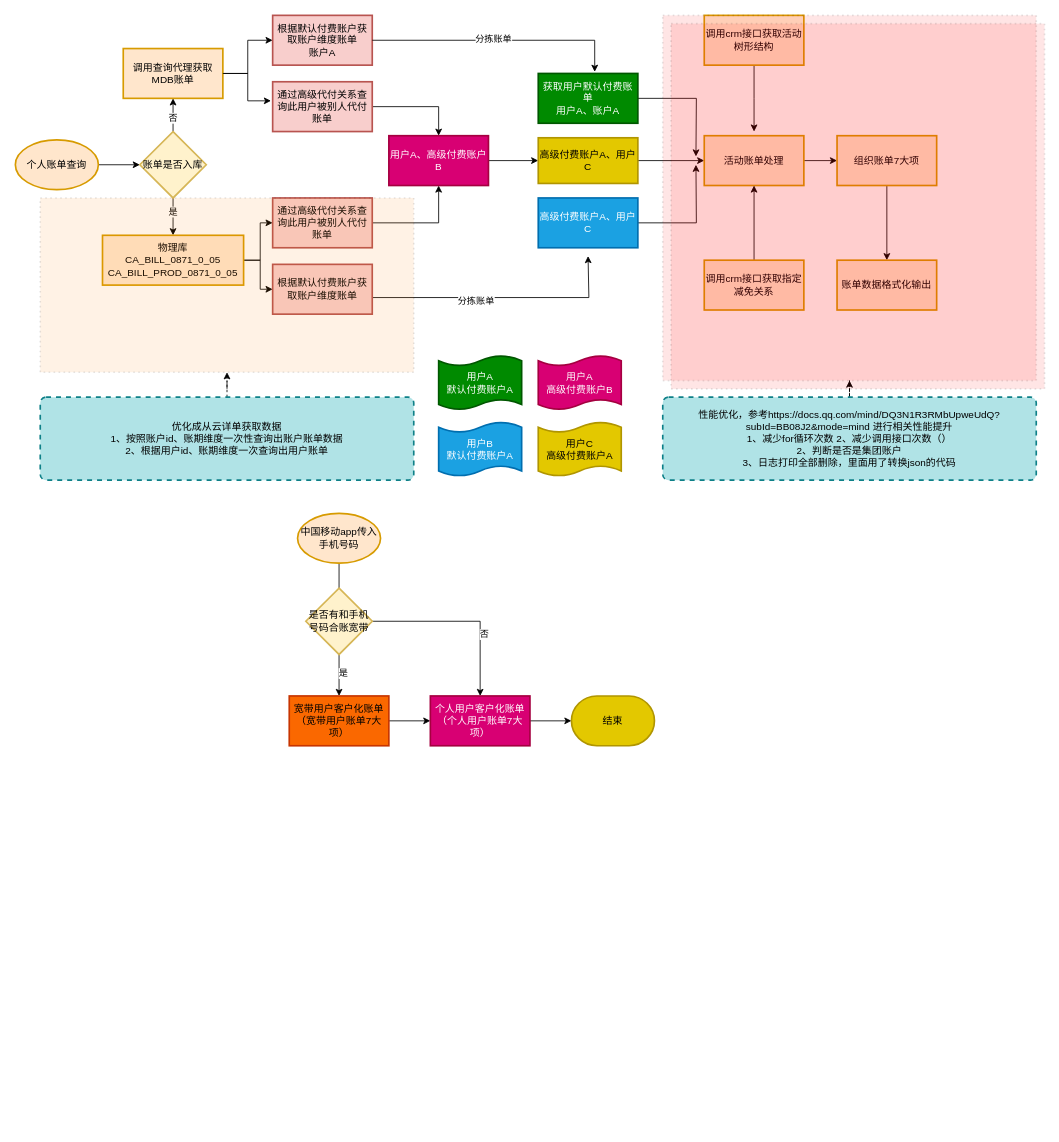
Before: 未命名绘图.drawio in 315944211/doc, a draw.io diagram. Source tidied: cells renumbered, new cells numbered last; positions are measured from the earlier drawing's top-left corner, leaving out a move shared by most shapes. Both pictures are drawn from the tidied source at 83%, with x=0, y=0 at pixel (15, 15).
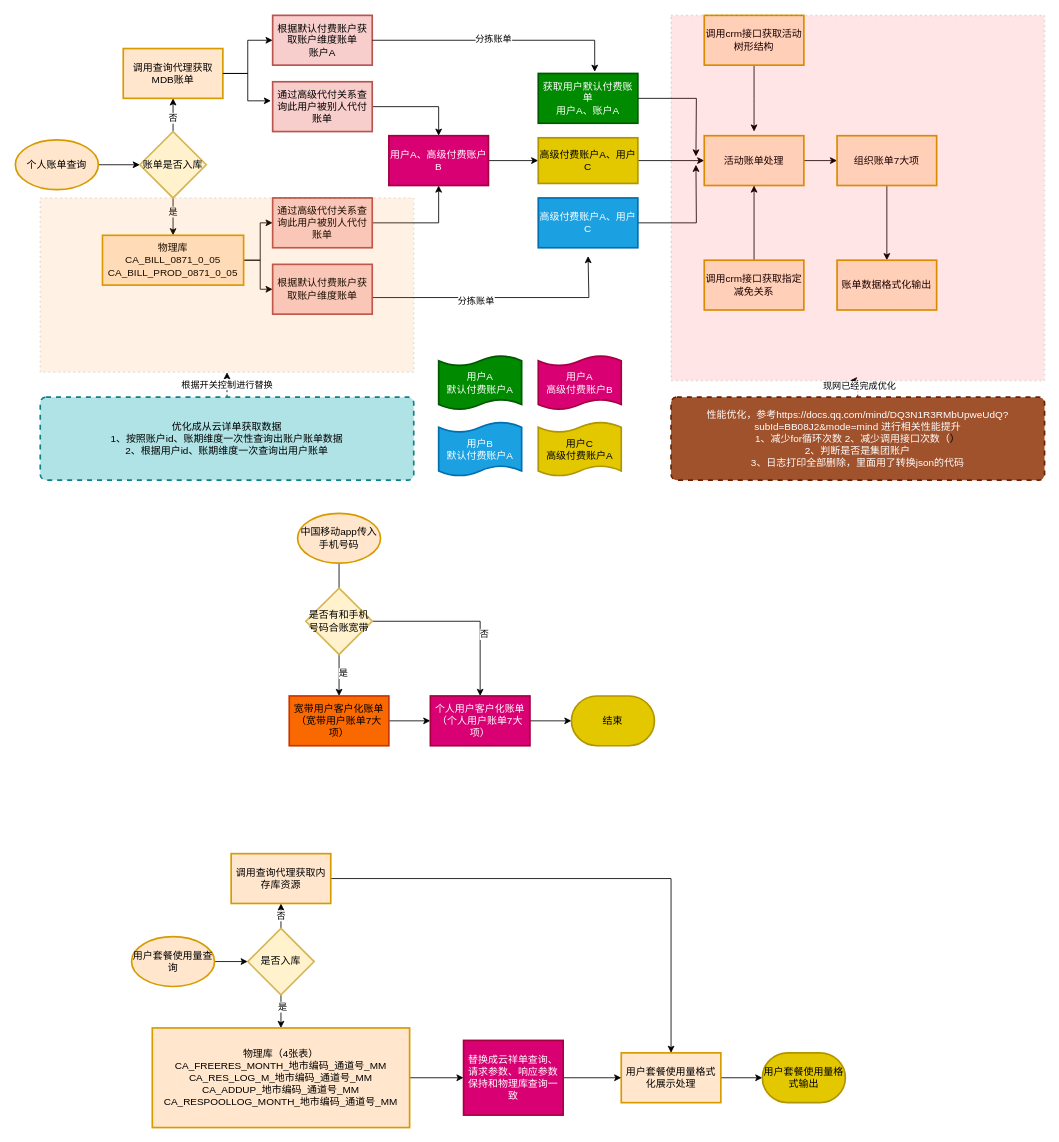
The same page after the edit.

Commit message:
更新未命名绘图.drawio

The change refers to these unchanged cells:
```xml
<mxCell id="46" style="rounded=0;whiteSpace=wrap;html=1;absoluteArcSize=1;arcSize=14;strokeWidth=2;dashed=1;opacity=10;fillColor=#FF8000;strokeColor=default;dashPattern=1 2;" parent="1" vertex="1">
  <mxGeometry x="30" y="220" width="450" height="210" as="geometry" />
</mxCell>
<mxCell id="48" value="优化成从云详单获取数据&lt;br&gt;1、按照账户id、账期维度一次性查询出账户账单数据&lt;br&gt;2、根据用户id、账期维度一次查询出用户账单" style="rounded=1;whiteSpace=wrap;html=1;absoluteArcSize=1;arcSize=14;strokeWidth=2;fillColor=#b0e3e6;strokeColor=#0e8088;dashed=1;" parent="1" vertex="1">
  <mxGeometry x="30" y="460" width="450" height="100" as="geometry" />
</mxCell>
```

Diff of the diagram source:
```diff
@@
-    <mxCell id="47" style="edgeStyle=orthogonalEdgeStyle;rounded=0;jettySize=auto;html=1;dashed=1;" parent="1" edge="1" source="48" target="46">
-      <mxGeometry relative="1" as="geometry" />
+    <mxCell id="47" value="根据开关控制进行替换" style="edgeStyle=orthogonalEdgeStyle;rounded=0;jettySize=auto;html=1;dashed=1;" parent="1" edge="1" source="48" target="46">
+      <mxGeometry relative="1" as="geometry">
+        <Array as="points">
+          <mxPoint x="255" y="440" />
+          <mxPoint x="255" y="440" />
+        </Array>
+      </mxGeometry>
     </mxCell>
@@
-    <mxCell id="49" style="rounded=0;whiteSpace=wrap;html=1;absoluteArcSize=1;arcSize=14;strokeWidth=2;dashed=1;opacity=10;fillColor=#FF0000;strokeColor=default;dashPattern=1 2;" parent="1" vertex="1">
-      <mxGeometry x="780" width="450" height="440" as="geometry" />
-    </mxCell>
-    <mxCell id="50" style="edgeStyle=orthogonalEdgeStyle;rounded=0;jettySize=auto;html=1;dashed=1;" parent="1" edge="1" source="51" target="49">
-      <mxGeometry relative="1" as="geometry" />
+    <mxCell id="50" style="edgeStyle=orthogonalEdgeStyle;rounded=0;jettySize=auto;html=1;dashed=1;" parent="1" edge="1" source="51">
+      <mxGeometry relative="1" as="geometry">
+        <mxPoint x="1005" y="440" as="targetPoint" />
+      </mxGeometry>
     </mxCell>
+    <mxCell id="64" value="现网已经完成优化" style="edgeLabel;html=1;align=center;verticalAlign=middle;" parent="50" vertex="1">
+      <mxGeometry x="-0.06" y="-1" relative="1" as="geometry" />
+    </mxCell>
-    <mxCell id="51" value="性能优化，参考https://docs.qq.com/mind/DQ3N1R3RMbUpweUdQ?subId=BB08J2&amp;amp;mode=mind 进行相关性能提升&lt;br&gt;1、减少for循环次数 2、减少调用接口次数（&lt;span style=&quot;background-color: transparent; color: light-dark(rgb(0, 0, 0), rgb(255, 255, 255));&quot;&gt;）&lt;/span&gt;&lt;br&gt;2、判断是否是集团账户&lt;br&gt;3、日志打印全部删除，里面用了转换json的代码" style="rounded=1;whiteSpace=wrap;html=1;absoluteArcSize=1;arcSize=14;strokeWidth=2;fillColor=#b0e3e6;strokeColor=#0e8088;dashed=1;" parent="1" vertex="1">
-      <mxGeometry x="780" y="460" width="450" height="100" as="geometry" />
+    <mxCell id="51" value="性能优化，参考https://docs.qq.com/mind/DQ3N1R3RMbUpweUdQ?subId=BB08J2&amp;amp;mode=mind 进行相关性能提升&lt;br&gt;1、减少for循环次数 2、减少调用接口次数（&lt;span style=&quot;background-color: transparent; color: light-dark(rgb(0, 0, 0), rgb(255, 255, 255));&quot;&gt;）&lt;/span&gt;&lt;br&gt;2、判断是否是集团账户&lt;br&gt;3、日志打印全部删除，里面用了转换json的代码" style="rounded=1;whiteSpace=wrap;html=1;absoluteArcSize=1;arcSize=14;strokeWidth=2;fillColor=#a0522d;strokeColor=#6D1F00;dashed=1;fontColor=#ffffff;" parent="1" vertex="1">
+      <mxGeometry x="790" y="460" width="450" height="100" as="geometry" />
     </mxCell>
@@
     <mxCell id="58" style="rounded=0;whiteSpace=wrap;html=1;absoluteArcSize=1;arcSize=14;strokeWidth=2;dashed=1;opacity=10;fillColor=#FF0000;strokeColor=default;dashPattern=1 2;" parent="1" vertex="1">
-      <mxGeometry x="790" y="10" width="450" height="440" as="geometry" />
+      <mxGeometry x="790" width="450" height="440" as="geometry" />
     </mxCell>
@@
+    <mxCell id="65" style="edgeStyle=orthogonalEdgeStyle;rounded=0;jettySize=auto;html=1;" parent="1" edge="1" source="66" target="70">
+      <mxGeometry relative="1" as="geometry" />
+    </mxCell>
+    <mxCell id="66" value="用户套餐使用量查询" style="strokeWidth=2;html=1;shape=mxgraph.flowchart.start_1;whiteSpace=wrap;fillColor=#ffe6cc;strokeColor=#d79b00;" parent="1" vertex="1">
+      <mxGeometry x="140" y="1110" width="100" height="60" as="geometry" />
+    </mxCell>
+    <mxCell id="67" value="否" style="edgeStyle=orthogonalEdgeStyle;rounded=0;jettySize=auto;html=1;" parent="1" edge="1" source="70" target="72">
+      <mxGeometry relative="1" as="geometry">
+        <Array as="points">
+          <mxPoint x="320" y="1090" />
+          <mxPoint x="320" y="1090" />
+        </Array>
+      </mxGeometry>
+    </mxCell>
+    <mxCell id="68" style="edgeStyle=orthogonalEdgeStyle;rounded=0;jettySize=auto;html=1;" parent="1" edge="1" source="70" target="74">
+      <mxGeometry relative="1" as="geometry" />
+    </mxCell>
+    <mxCell id="69" value="是" style="edgeLabel;html=1;align=center;verticalAlign=middle;" parent="68" vertex="1">
+      <mxGeometry x="-0.3" y="1" relative="1" as="geometry" />
+    </mxCell>
+    <mxCell id="70" value="是否入库" style="rhombus;whiteSpace=wrap;html=1;strokeWidth=2;fillColor=#fff2cc;strokeColor=#d6b656;" parent="1" vertex="1">
+      <mxGeometry x="280" y="1100" width="80" height="80" as="geometry" />
+    </mxCell>
+    <mxCell id="71" style="edgeStyle=orthogonalEdgeStyle;rounded=0;jettySize=auto;html=1;" parent="1" edge="1" source="72" target="76">
+      <mxGeometry relative="1" as="geometry" />
+    </mxCell>
+    <mxCell id="72" value="调用查询代理获取内存库资源" style="whiteSpace=wrap;html=1;strokeWidth=2;fillColor=#ffe6cc;strokeColor=#d79b00;" parent="1" vertex="1">
+      <mxGeometry x="260" y="1010" width="120" height="60" as="geometry" />
+    </mxCell>
+    <mxCell id="73" style="edgeStyle=orthogonalEdgeStyle;rounded=0;jettySize=auto;html=1;" parent="1" edge="1" source="74" target="78">
+      <mxGeometry relative="1" as="geometry" />
+    </mxCell>
+    <mxCell id="74" value="物理库（4张表）&lt;br&gt;&lt;div&gt;CA_FREERES_MONTH_地市编码_通道号_MM&lt;/div&gt;&lt;div&gt;CA_RES_LOG_M_地市编码_通道号_MM&lt;/div&gt;&lt;div&gt;CA_ADDUP_地市编码_通道号_MM&lt;/div&gt;&lt;div&gt;CA_RESPOOLLOG_MONTH_地市编码_通道号_MM&lt;/div&gt;" style="whiteSpace=wrap;html=1;strokeWidth=2;fillColor=#ffe6cc;strokeColor=#d79b00;" parent="1" vertex="1">
+      <mxGeometry x="165" y="1220" width="310" height="120" as="geometry" />
+    </mxCell>
+    <mxCell id="75" style="edgeStyle=orthogonalEdgeStyle;rounded=0;jettySize=auto;html=1;" parent="1" edge="1" source="76" target="79">
+      <mxGeometry relative="1" as="geometry" />
+    </mxCell>
+    <mxCell id="76" value="用户套餐使用量格式化展示处理" style="whiteSpace=wrap;html=1;fillColor=#ffe6cc;strokeColor=#d79b00;strokeWidth=2;" parent="1" vertex="1">
+      <mxGeometry x="730" y="1250" width="120" height="60" as="geometry" />
+    </mxCell>
+    <mxCell id="77" style="edgeStyle=orthogonalEdgeStyle;rounded=0;jettySize=auto;html=1;" parent="1" edge="1" source="78" target="76">
+      <mxGeometry relative="1" as="geometry" />
+    </mxCell>
+    <mxCell id="78" value="替换成云祥单查询、请求参数、响应参数保持和物理库查询一致" style="whiteSpace=wrap;html=1;fillColor=#d80073;strokeColor=#A50040;strokeWidth=2;fontColor=#ffffff;" parent="1" vertex="1">
+      <mxGeometry x="540" y="1235" width="120" height="90" as="geometry" />
+    </mxCell>
+    <mxCell id="79" value="用户套餐使用量格式输出" style="strokeWidth=2;html=1;shape=mxgraph.flowchart.terminator;whiteSpace=wrap;fillColor=#e3c800;fontColor=#000000;strokeColor=#B09500;" parent="1" vertex="1">
+      <mxGeometry x="900" y="1250" width="100" height="60" as="geometry" />
+    </mxCell>
```
